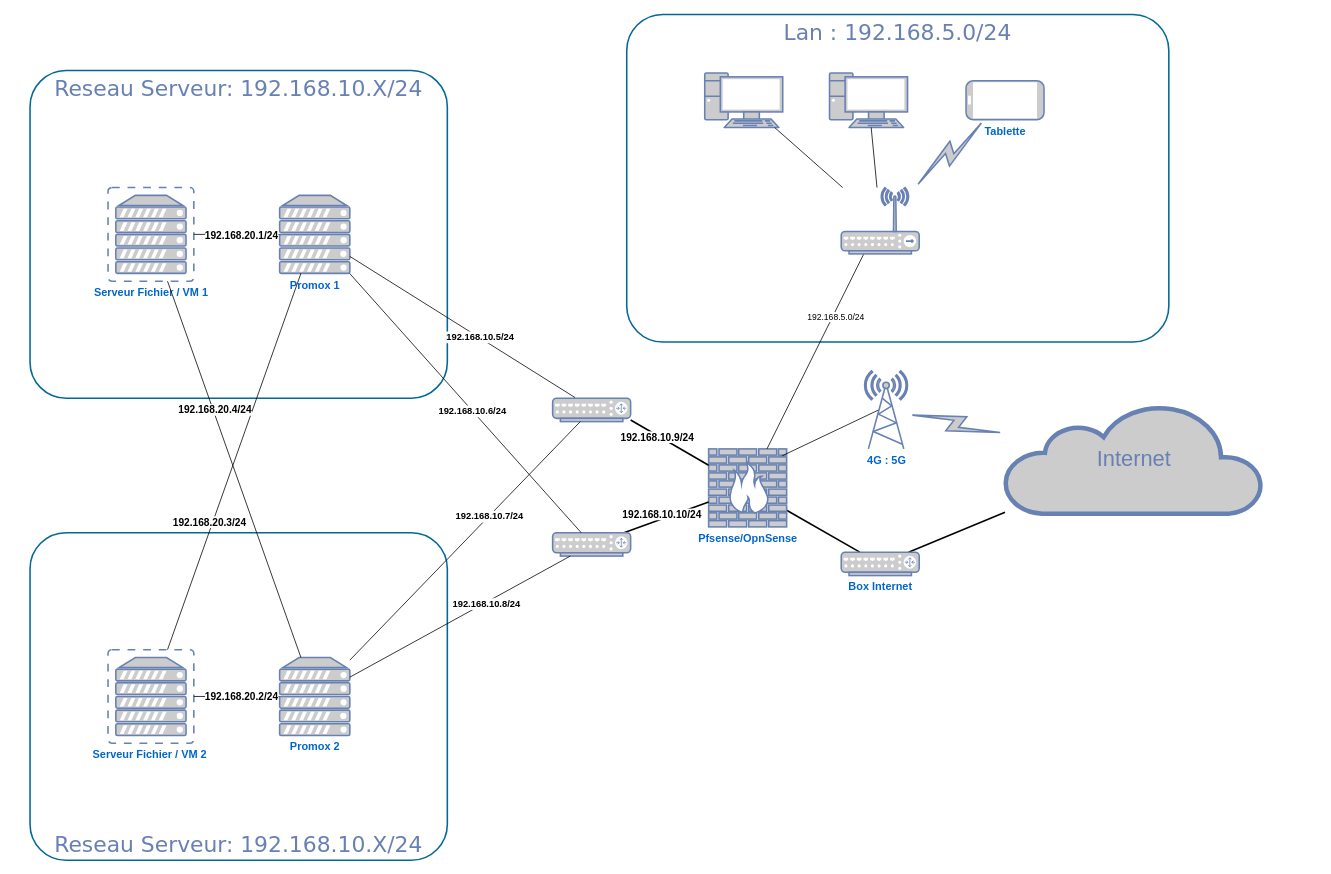
Desaydrone/Desaydrone.github.io keeps this draw.io diagram as assets/images/reseau_ideal_virtu.drawio. Above is the earlier version. Source tidied: cells renumbered, new cells numbered last; positions are measured from the earlier drawing's top-left corner, leaving out a move shared by most shapes. Both pictures are drawn from the tidied source at 78%, with x=0, y=0 at pixel (30, 14).
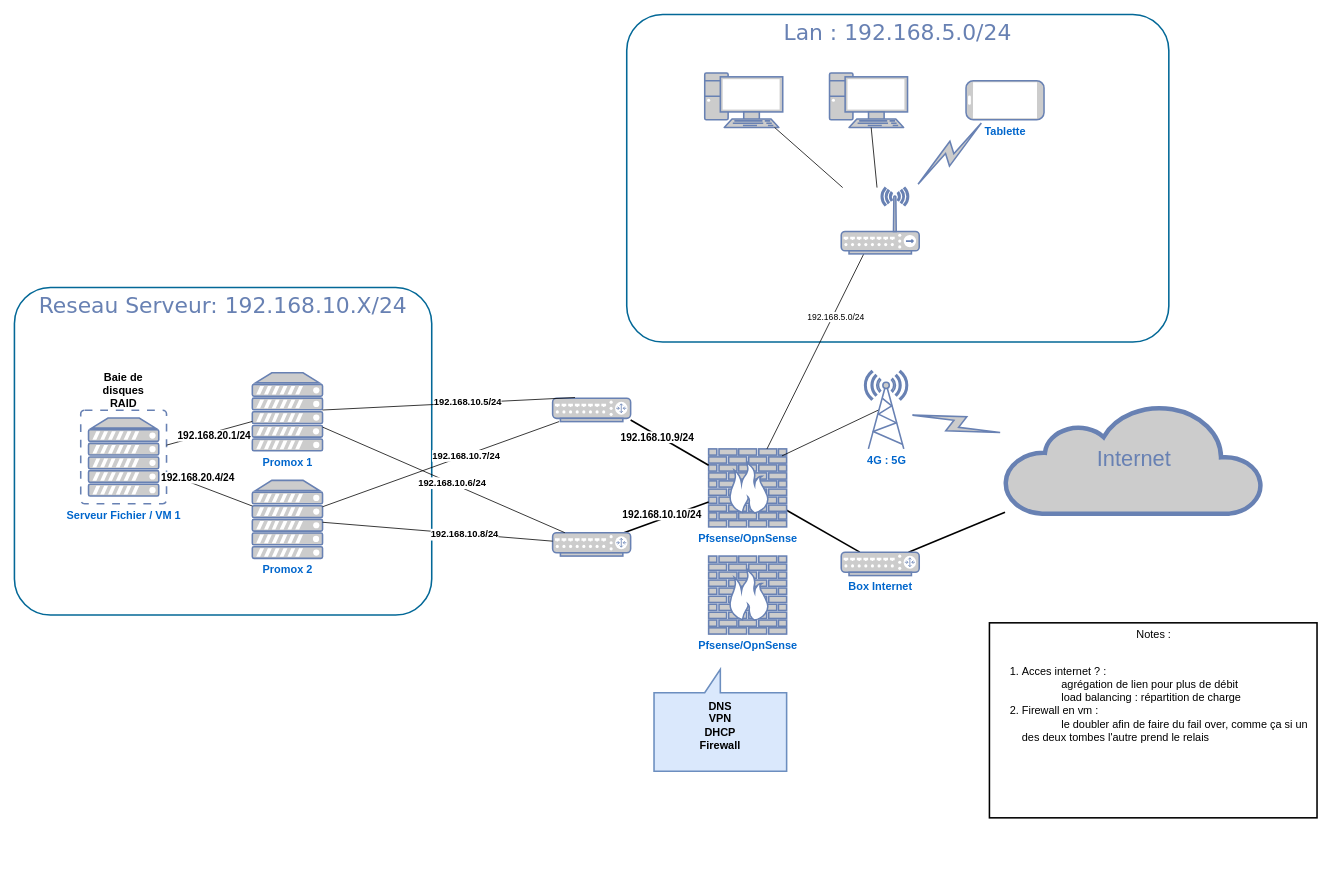
The same diagram, later.

What changed in the source:
```diff
@@
-    <mxCell id="2" value="Reseau Serveur: 192.168.10.X/24" style="rounded=1;whiteSpace=wrap;html=1;shadow=0;comic=0;strokeColor=#036897;strokeWidth=2;fillColor=none;fontFamily=Verdana;fontSize=28;fontColor=#6881B3;align=center;arcSize=11;verticalAlign=bottom;" parent="1" vertex="1">
-      <mxGeometry y="664.4" width="535" height="420" as="geometry" />
-    </mxCell>
     <mxCell id="3" value="Reseau Serveur: 192.168.10.X/24" style="rounded=1;whiteSpace=wrap;html=1;shadow=0;comic=0;strokeColor=#036897;strokeWidth=2;fillColor=none;fontFamily=Verdana;fontSize=28;fontColor=#6881B3;align=center;arcSize=11;verticalAlign=top;" parent="1" vertex="1">
-      <mxGeometry y="72" width="535" height="420" as="geometry" />
+      <mxGeometry x="-20" y="350" width="535" height="420" as="geometry" />
     </mxCell>
@@
-    <mxCell id="17" value="&lt;div&gt;&lt;b&gt;&lt;font style=&quot;font-size: 14px&quot;&gt;Serveur Fichier / VM 2&lt;/font&gt;&lt;/b&gt;&amp;nbsp; &lt;/div&gt;" style="fontColor=#0066CC;verticalAlign=top;verticalLabelPosition=bottom;labelPosition=center;align=center;html=1;outlineConnect=0;fillColor=#CCCCCC;strokeColor=#6881B3;gradientColor=none;gradientDirection=north;strokeWidth=2;shape=mxgraph.networks.virtual_server;" parent="1" vertex="1">
-      <mxGeometry x="100" y="814.4" width="110" height="120" as="geometry" />
-    </mxCell>
     <mxCell id="18" value="&lt;b&gt;&lt;font style=&quot;font-size: 14px&quot;&gt;Promox 1&lt;/font&gt;&lt;/b&gt;" style="fontColor=#0066CC;verticalAlign=top;verticalLabelPosition=bottom;labelPosition=center;align=center;html=1;outlineConnect=0;fillColor=#CCCCCC;strokeColor=#6881B3;gradientColor=none;gradientDirection=north;strokeWidth=2;shape=mxgraph.networks.server;" parent="1" vertex="1">
-      <mxGeometry x="320" y="232" width="90" height="100" as="geometry" />
+      <mxGeometry x="285" y="459.4" width="90" height="100" as="geometry" />
     </mxCell>
     <mxCell id="19" value="&lt;b&gt;&lt;font style=&quot;font-size: 14px&quot;&gt;Serveur Fichier / VM 1&lt;/font&gt;&lt;/b&gt;" style="fontColor=#0066CC;verticalAlign=top;verticalLabelPosition=bottom;labelPosition=center;align=center;html=1;outlineConnect=0;fillColor=#CCCCCC;strokeColor=#6881B3;gradientColor=none;gradientDirection=north;strokeWidth=2;shape=mxgraph.networks.virtual_server;" parent="1" vertex="1">
-      <mxGeometry x="100" y="222" width="110" height="120" as="geometry" />
+      <mxGeometry x="65" y="507.4" width="110" height="120" as="geometry" />
     </mxCell>
     <mxCell id="20" value="&lt;b&gt;&lt;font style=&quot;font-size: 14px&quot;&gt;Promox 2&lt;/font&gt;&lt;/b&gt;" style="fontColor=#0066CC;verticalAlign=top;verticalLabelPosition=bottom;labelPosition=center;align=center;html=1;outlineConnect=0;fillColor=#CCCCCC;strokeColor=#6881B3;gradientColor=none;gradientDirection=north;strokeWidth=2;shape=mxgraph.networks.server;" parent="1" vertex="1">
-      <mxGeometry x="320" y="824.4" width="90" height="100" as="geometry" />
+      <mxGeometry x="285" y="597.4" width="90" height="100" as="geometry" />
     </mxCell>
-    <mxCell id="21" style="endArrow=none;html=1;" parent="1" edge="1" source="17" target="18">
-      <mxGeometry relative="1" as="geometry" />
-    </mxCell>
-    <mxCell id="22" value="&lt;b&gt;&lt;font style=&quot;font-size: 13px&quot;&gt;192.168.20.3/24&lt;/font&gt;&lt;/b&gt;" style="edgeLabel;html=1;align=center;verticalAlign=middle;" parent="21" vertex="1">
-      <mxGeometry x="-0.24" y="-2" relative="1" as="geometry">
-        <mxPoint x="-13.3" y="18.7" as="offset" />
-      </mxGeometry>
-    </mxCell>
@@
-    <mxCell id="25" style="endArrow=none;html=1;" parent="1" edge="1" source="20" target="17">
-      <mxGeometry relative="1" as="geometry" />
-    </mxCell>
-    <mxCell id="26" value="&lt;b&gt;&lt;font style=&quot;font-size: 13px&quot;&gt;192.168.20.2/24&lt;/font&gt;&lt;/b&gt;" style="edgeLabel;html=1;align=center;verticalAlign=middle;" parent="25" vertex="1">
-      <mxGeometry x="-0.44" y="2" relative="1" as="geometry">
-        <mxPoint x="-19" y="-2" as="offset" />
-      </mxGeometry>
-    </mxCell>
@@
+    <mxCell id="48" value="&lt;div align=&quot;center&quot;&gt;&lt;b&gt;&lt;font style=&quot;font-size: 14px&quot;&gt;Baie de disques RAID &lt;/font&gt;&lt;/b&gt;&lt;/div&gt;" style="text;html=1;strokeColor=none;fillColor=none;align=center;verticalAlign=middle;whiteSpace=wrap;rounded=0;" parent="1" vertex="1">
+      <mxGeometry x="100" y="472" width="40" height="20" as="geometry" />
+    </mxCell>
+    <mxCell id="49" value="DNS&lt;br style=&quot;font-size: 14px;&quot;&gt;VPN&lt;br style=&quot;font-size: 14px;&quot;&gt;DHCP&lt;br style=&quot;font-size: 14px;&quot;&gt;&lt;div style=&quot;font-size: 14px;&quot;&gt;Firewall&lt;/div&gt;&lt;div style=&quot;font-size: 14px;&quot;&gt;&lt;br style=&quot;font-size: 14px;&quot;&gt;&lt;/div&gt;" style="shape=callout;whiteSpace=wrap;html=1;perimeter=calloutPerimeter;position2=0.5;direction=west;fillColor=#dae8fc;strokeColor=#6c8ebf;strokeWidth=2;fontSize=14;fontStyle=1;verticalAlign=middle;" parent="1" vertex="1">
+      <mxGeometry x="800" y="839.7" width="170" height="130.6" as="geometry" />
+    </mxCell>
+    <mxCell id="50" value="&lt;div&gt;&lt;div align=&quot;center&quot;&gt;Notes :&lt;br&gt;&lt;/div&gt;&lt;br&gt;&lt;ol&gt;&lt;li&gt;Acces internet ? : &lt;br&gt;&amp;nbsp;&amp;nbsp;&amp;nbsp;&amp;nbsp;&amp;nbsp;&amp;nbsp;&amp;nbsp;&amp;nbsp;&amp;nbsp;&amp;nbsp;&amp;nbsp;&amp;nbsp; agrégation de lien pour plus de débit&lt;br&gt;&amp;nbsp;&amp;nbsp;&amp;nbsp;&amp;nbsp;&amp;nbsp;&amp;nbsp;&amp;nbsp;&amp;nbsp;&amp;nbsp;&amp;nbsp;&amp;nbsp;&amp;nbsp; load balancing : répartition de charge&lt;/li&gt;&lt;li&gt;Firewall en vm :&lt;br&gt;&amp;nbsp;&amp;nbsp;&amp;nbsp;&amp;nbsp;&amp;nbsp;&amp;nbsp;&amp;nbsp;&amp;nbsp;&amp;nbsp;&amp;nbsp;&amp;nbsp;&amp;nbsp; le doubler afin de faire du fail over, comme ça si un des deux tombes l'autre prend le relais&lt;br&gt;&lt;/li&gt;&lt;/ol&gt;&lt;/div&gt;" style="rounded=0;whiteSpace=wrap;html=1;strokeWidth=2;fontSize=14;verticalAlign=top;align=left;" parent="1" vertex="1">
+      <mxGeometry x="1230" y="780" width="420" height="250" as="geometry" />
+    </mxCell>
+    <mxCell id="51" value="&lt;b&gt;&lt;font style=&quot;font-size: 14px&quot;&gt;Pfsense/OpnSense&lt;/font&gt;&lt;/b&gt;" style="fontColor=#0066CC;verticalAlign=top;verticalLabelPosition=bottom;labelPosition=center;align=center;html=1;fillColor=#CCCCCC;strokeColor=#6881B3;gradientColor=none;gradientDirection=north;strokeWidth=2;shape=mxgraph.networks.firewall;rounded=0;shadow=0;comic=0;" parent="1" vertex="1">
+      <mxGeometry x="870" y="694.4" width="100" height="100" as="geometry" />
+    </mxCell>
```
